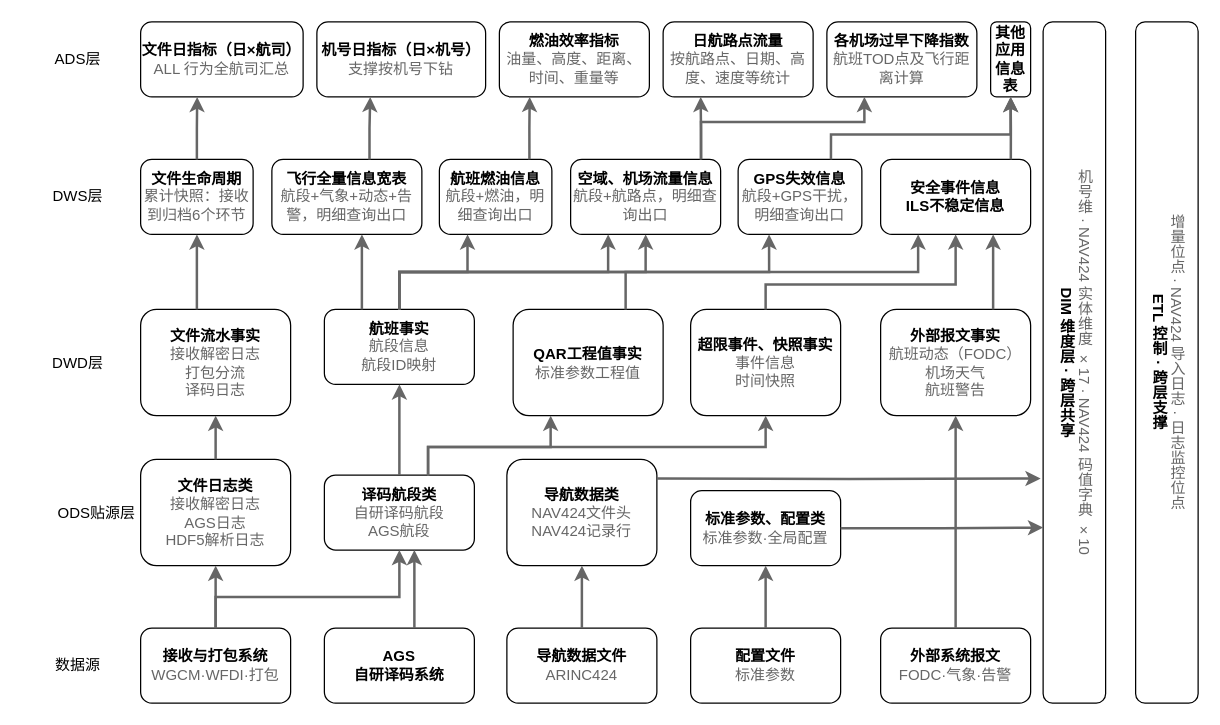
Before: 航科院数仓总体架构图.drawio in mnzn/draw.io, a draw.io diagram. Source tidied: cells renumbered, new cells numbered last; positions are measured from the earlier drawing's top-left corner, leaving out a move shared by most shapes. Both pictures are drawn from the tidied source at 125%, with x=0, y=0 at pixel (40, 21).
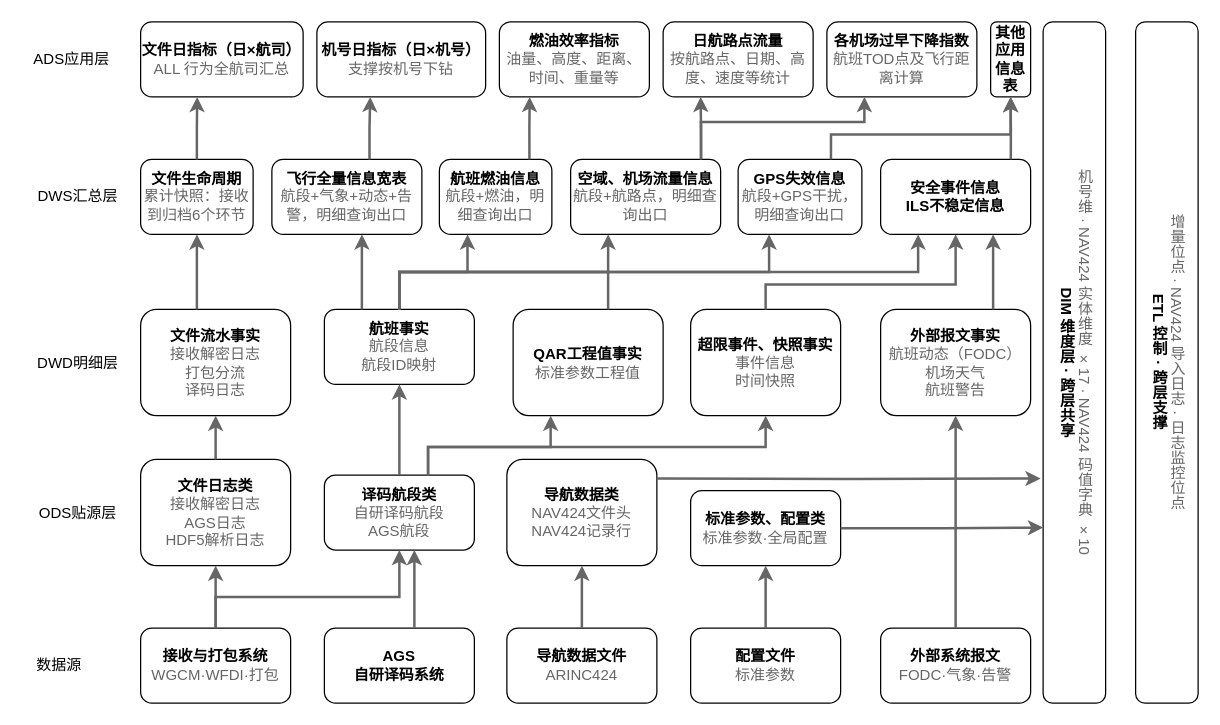
The same diagram, later.

Commit message:
更新航科院数仓总体架构图.drawio

Unchanged cells that the change refers to:
```xml
<mxCell id="21" value="&lt;b&gt;QAR工程值事实&lt;/b&gt;&lt;div&gt;&lt;font color=&quot;#666666&quot;&gt;标准参数工程值&lt;/font&gt;&lt;/div&gt;" style="rounded=1;whiteSpace=wrap;html=1;roundedPerimeter=1;" parent="1" vertex="1">
  <mxGeometry x="378" y="230" width="120" height="85" as="geometry" />
</mxCell>
<mxCell id="25" value="&lt;b&gt;空域、机场流量信息&lt;/b&gt;&lt;br&gt;&lt;div&gt;&lt;font color=&quot;#666666&quot;&gt;航段+航路点，明细查询出口&lt;/font&gt;&lt;/div&gt;" style="rounded=1;whiteSpace=wrap;html=1;roundedPerimeter=1;" parent="1" vertex="1">
  <mxGeometry x="424" y="110" width="120" height="60" as="geometry" />
</mxCell>
```

What changed in the source:
```diff
@@
     <mxCell id="2" value="数据源" style="text;html=1;whiteSpace=wrap;strokeColor=none;fillColor=none;align=center;verticalAlign=middle;rounded=0;" parent="1" vertex="1">
-      <mxGeometry y="500" width="60" height="30" as="geometry" />
+      <mxGeometry x="-15" y="500" width="60" height="30" as="geometry" />
     </mxCell>
     <mxCell id="3" value="ODS贴源层" style="text;html=1;whiteSpace=wrap;strokeColor=none;fillColor=none;align=center;verticalAlign=middle;rounded=0;" parent="1" vertex="1">
-      <mxGeometry y="377.5" width="90" height="30" as="geometry" />
+      <mxGeometry x="-15" y="377.5" width="90" height="30" as="geometry" />
     </mxCell>
-    <mxCell id="4" value="DWD层" style="text;html=1;whiteSpace=wrap;strokeColor=none;fillColor=none;align=center;verticalAlign=middle;rounded=0;" parent="1" vertex="1">
-      <mxGeometry y="257.5" width="60" height="30" as="geometry" />
+    <mxCell id="4" value="DWD明细层" style="text;html=1;whiteSpace=wrap;strokeColor=none;fillColor=none;align=center;verticalAlign=middle;rounded=0;" parent="1" vertex="1">
+      <mxGeometry x="-15" y="257.5" width="90" height="30" as="geometry" />
     </mxCell>
-    <mxCell id="5" value="DWS层" style="text;html=1;whiteSpace=wrap;strokeColor=none;fillColor=none;align=center;verticalAlign=middle;rounded=0;" parent="1" vertex="1">
-      <mxGeometry y="125" width="60" height="30" as="geometry" />
+    <mxCell id="5" value="DWS汇总层" style="text;html=1;whiteSpace=wrap;strokeColor=none;fillColor=none;align=center;verticalAlign=middle;rounded=0;" parent="1" vertex="1">
+      <mxGeometry x="-15" y="125" width="90" height="30" as="geometry" />
     </mxCell>
-    <mxCell id="6" value="ADS层" style="text;html=1;whiteSpace=wrap;strokeColor=none;fillColor=none;align=center;verticalAlign=middle;rounded=0;" parent="1" vertex="1">
-      <mxGeometry y="15" width="60" height="30" as="geometry" />
+    <mxCell id="6" value="ADS应用层" style="text;html=1;whiteSpace=wrap;strokeColor=none;fillColor=none;align=center;verticalAlign=middle;rounded=0;" parent="1" vertex="1">
+      <mxGeometry x="-15" y="15" width="80" height="30" as="geometry" />
     </mxCell>
@@
-    <mxCell id="54" style="endArrow=classic;html=1;rounded=0;defaultLabelBackgroundColor=page;labelPadding=0 4;exitX=0.75;exitY=0;exitDx=0;exitDy=0;strokeColor=#666666;strokeWidth=2;entryX=0.5;entryY=1;entryDx=0;entryDy=0;edgeStyle=orthogonalEdgeStyle;" parent="1" edge="1" source="21" target="25">
-      <mxGeometry x="-0.11" relative="1" as="geometry" />
+    <mxCell id="54" style="endArrow=none;html=1;rounded=0;defaultLabelBackgroundColor=page;labelPadding=0 4;exitX=0.683;exitY=0;exitDx=0;exitDy=0;strokeColor=#666666;strokeWidth=2;edgeStyle=orthogonalEdgeStyle;endFill=0;" parent="1" edge="1">
+      <mxGeometry x="-0.11" relative="1" as="geometry">
+        <mxPoint x="454" y="230" as="sourcePoint" />
+        <mxPoint x="454" y="200" as="targetPoint" />
+      </mxGeometry>
     </mxCell>
```
